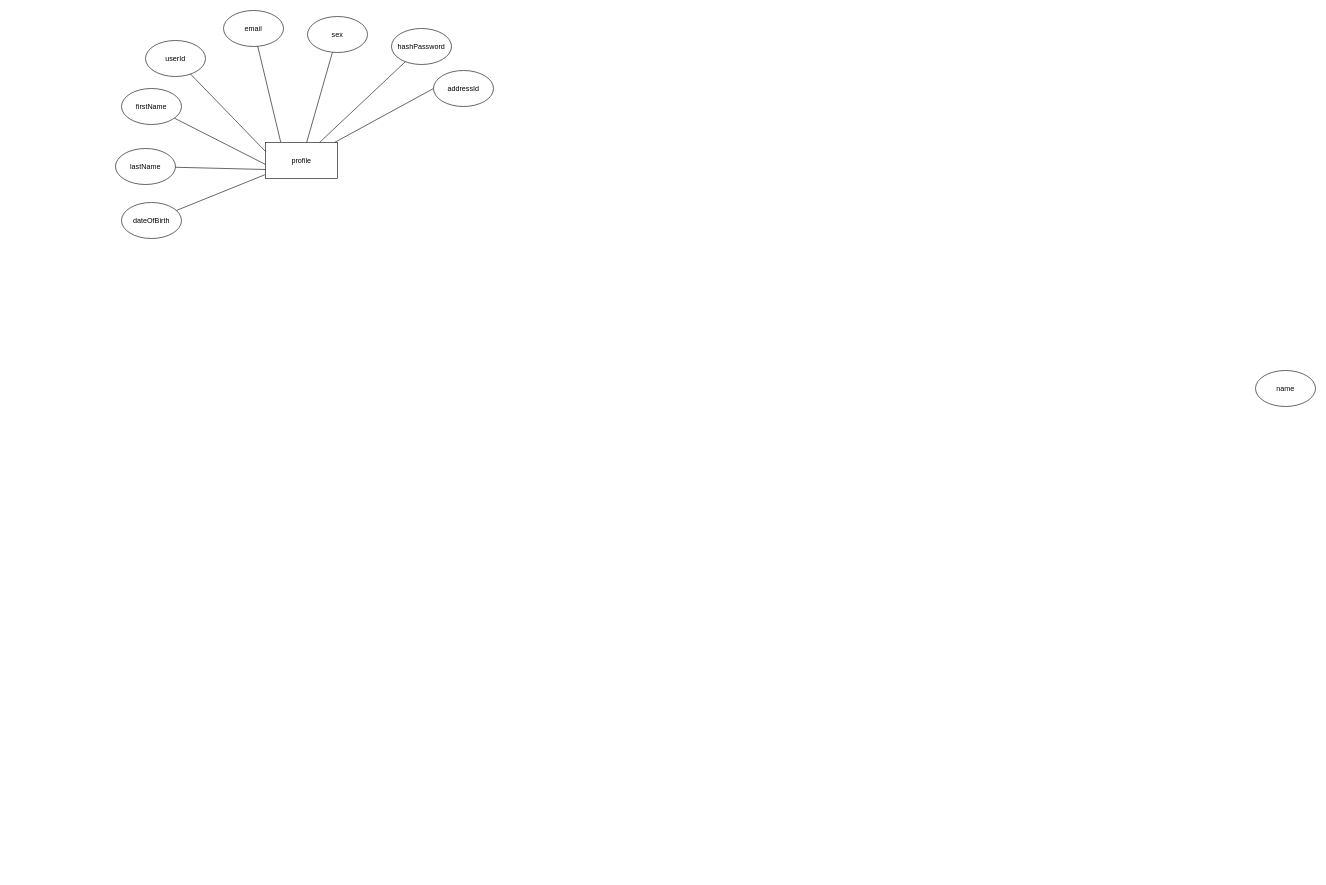
This is documentation/Entity relation diagrams and relation model/drawio files/socialnet_er_profile_comments_version1.drawio from Josip1234/Social-net, a draw.io file, before an edit. Source tidied: cells renumbered, new cells numbered last; positions are measured from the earlier drawing's top-left corner, leaving out a move shared by most shapes. Both pictures are drawn from the tidied source at 60%, with x=0, y=0 at pixel (115, 10).
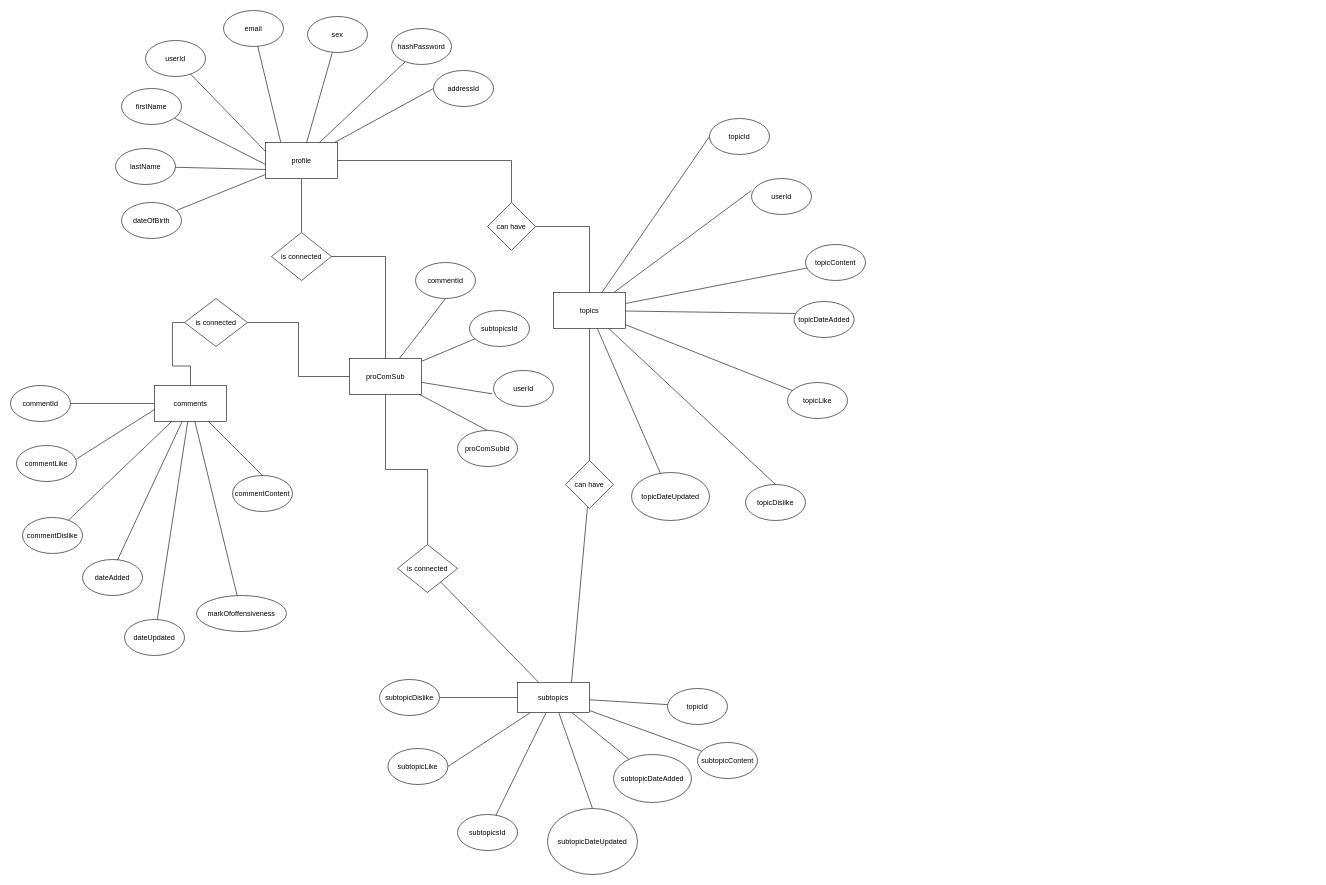
The same diagram, later.

Commit message (it also covers changes not shown here):
Updated diagram verison1, changed attribute to fit table names, added new diagram for profile commments

The change refers to these unchanged cells:
```xml
<mxCell id="4" value="profile" style="rounded=0;whiteSpace=wrap;html=1;" parent="1" vertex="1">
  <mxGeometry x="250" y="220" width="120" height="60" as="geometry" />
</mxCell>
```

What changed in the source:
```diff
@@
+    <mxCell id="20" style="edgeStyle=orthogonalEdgeStyle;rounded=0;jettySize=auto;html=1;entryX=0.5;entryY=0;entryDx=0;entryDy=0;endArrow=none;endFill=0;" parent="1" edge="1" source="4" target="37">
+      <mxGeometry relative="1" as="geometry" />
+    </mxCell>
+    <mxCell id="21" style="rounded=0;jettySize=auto;html=1;entryX=0.5;entryY=0;entryDx=0;entryDy=0;endArrow=none;endFill=0;" parent="1" edge="1" source="4" target="84">
+      <mxGeometry relative="1" as="geometry" />
+    </mxCell>
@@
-    <mxCell id="19" value="name" style="ellipse;whiteSpace=wrap;html=1;" parent="1" vertex="1">
-      <mxGeometry x="1900" y="600" width="100" height="60" as="geometry" />
-    </mxCell>
+    <mxCell id="22" style="rounded=0;jettySize=auto;html=1;entryX=1;entryY=0.5;entryDx=0;entryDy=0;endArrow=none;endFill=0;" parent="1" edge="1" source="29" target="30">
+      <mxGeometry relative="1" as="geometry" />
+    </mxCell>
+    <mxCell id="23" style="rounded=0;jettySize=auto;html=1;entryX=0.996;entryY=0.379;entryDx=0;entryDy=0;endArrow=none;endFill=0;exitX=0.004;exitY=0.664;exitDx=0;exitDy=0;exitPerimeter=0;entryPerimeter=0;" parent="1" edge="1" source="29" target="31">
+      <mxGeometry relative="1" as="geometry" />
+    </mxCell>
+    <mxCell id="24" style="rounded=0;jettySize=auto;html=1;endArrow=none;endFill=0;" parent="1" edge="1" source="29" target="32">
+      <mxGeometry relative="1" as="geometry" />
+    </mxCell>
+    <mxCell id="25" style="rounded=0;jettySize=auto;html=1;endArrow=none;endFill=0;" parent="1" edge="1" source="29" target="34">
+      <mxGeometry relative="1" as="geometry" />
+    </mxCell>
+    <mxCell id="26" style="rounded=0;jettySize=auto;html=1;entryX=0.5;entryY=0;entryDx=0;entryDy=0;endArrow=none;endFill=0;" parent="1" edge="1" source="29" target="54">
+      <mxGeometry relative="1" as="geometry" />
+    </mxCell>
+    <mxCell id="27" style="rounded=0;jettySize=auto;html=1;endArrow=none;endFill=0;" parent="1" edge="1" source="29" target="55">
+      <mxGeometry relative="1" as="geometry" />
+    </mxCell>
+    <mxCell id="28" style="rounded=0;jettySize=auto;html=1;entryX=0;entryY=0.5;entryDx=0;entryDy=0;edgeStyle=orthogonalEdgeStyle;endArrow=none;endFill=0;" parent="1" edge="1" source="29" target="86">
+      <mxGeometry relative="1" as="geometry" />
+    </mxCell>
+    <mxCell id="29" value="comments" style="rounded=0;whiteSpace=wrap;html=1;" parent="1" vertex="1">
+      <mxGeometry x="65" y="625" width="120" height="60" as="geometry" />
+    </mxCell>
+    <mxCell id="30" value="commentId" style="ellipse;whiteSpace=wrap;html=1;" parent="1" vertex="1">
+      <mxGeometry x="-175" y="625" width="100" height="60" as="geometry" />
+    </mxCell>
+    <mxCell id="31" value="commentLike" style="ellipse;whiteSpace=wrap;html=1;" parent="1" vertex="1">
+      <mxGeometry x="-165" y="725" width="100" height="60" as="geometry" />
+    </mxCell>
+    <mxCell id="32" value="commentDislike" style="ellipse;whiteSpace=wrap;html=1;" parent="1" vertex="1">
+      <mxGeometry x="-155" y="845" width="100" height="60" as="geometry" />
+    </mxCell>
+    <mxCell id="33" value="dateAdded" style="ellipse;whiteSpace=wrap;html=1;" parent="1" vertex="1">
+      <mxGeometry x="-55" y="915" width="100" height="60" as="geometry" />
+    </mxCell>
+    <mxCell id="34" value="dateUpdated" style="ellipse;whiteSpace=wrap;html=1;" parent="1" vertex="1">
+      <mxGeometry x="15" y="1015" width="100" height="60" as="geometry" />
+    </mxCell>
+    <mxCell id="35" style="rounded=0;jettySize=auto;html=1;entryX=0.581;entryY=0.021;entryDx=0;entryDy=0;entryPerimeter=0;endArrow=none;endFill=0;" parent="1" edge="1" source="29" target="33">
+      <mxGeometry relative="1" as="geometry" />
+    </mxCell>
+    <mxCell id="36" style="edgeStyle=orthogonalEdgeStyle;rounded=0;jettySize=auto;html=1;entryX=0.5;entryY=0;entryDx=0;entryDy=0;endArrow=none;endFill=0;" parent="1" edge="1" source="37" target="45">
+      <mxGeometry relative="1" as="geometry" />
+    </mxCell>
+    <mxCell id="37" value="can have" style="rhombus;whiteSpace=wrap;html=1;" parent="1" vertex="1">
+      <mxGeometry x="620" y="320" width="80" height="80" as="geometry" />
+    </mxCell>
+    <mxCell id="38" style="rounded=0;jettySize=auto;html=1;entryX=0;entryY=0.333;entryDx=0;entryDy=0;endArrow=none;endFill=0;entryPerimeter=0;" parent="1" edge="1" source="45" target="46">
+      <mxGeometry relative="1" as="geometry" />
+    </mxCell>
+    <mxCell id="39" style="rounded=0;jettySize=auto;html=1;entryX=0;entryY=0.5;entryDx=0;entryDy=0;endArrow=none;endFill=0;" parent="1" edge="1" source="45" target="47">
+      <mxGeometry relative="1" as="geometry" />
+    </mxCell>
+    <mxCell id="40" style="rounded=0;jettySize=auto;html=1;endArrow=none;endFill=0;" parent="1" edge="1" source="45" target="48">
+      <mxGeometry relative="1" as="geometry" />
+    </mxCell>
+    <mxCell id="41" style="rounded=0;jettySize=auto;html=1;endArrow=none;endFill=0;" parent="1" edge="1" source="45" target="50">
+      <mxGeometry relative="1" as="geometry" />
+    </mxCell>
+    <mxCell id="42" style="rounded=0;jettySize=auto;html=1;endArrow=none;endFill=0;" parent="1" edge="1" source="45" target="52">
+      <mxGeometry relative="1" as="geometry" />
+    </mxCell>
+    <mxCell id="43" style="rounded=0;jettySize=auto;html=1;entryX=0.5;entryY=0;entryDx=0;entryDy=0;endArrow=none;endFill=0;" parent="1" edge="1" source="45" target="53">
+      <mxGeometry relative="1" as="geometry" />
+    </mxCell>
+    <mxCell id="44" style="rounded=0;jettySize=auto;html=1;entryX=0.5;entryY=0;entryDx=0;entryDy=0;endArrow=none;endFill=0;" parent="1" edge="1" source="45" target="57">
+      <mxGeometry relative="1" as="geometry" />
+    </mxCell>
+    <mxCell id="45" value="topics" style="rounded=0;whiteSpace=wrap;html=1;" parent="1" vertex="1">
+      <mxGeometry x="730" y="470" width="120" height="60" as="geometry" />
+    </mxCell>
+    <mxCell id="46" value="userId" style="ellipse;whiteSpace=wrap;html=1;" parent="1" vertex="1">
+      <mxGeometry x="1060" y="280" width="100" height="60" as="geometry" />
+    </mxCell>
+    <mxCell id="47" value="topicId" style="ellipse;whiteSpace=wrap;html=1;" parent="1" vertex="1">
+      <mxGeometry x="990" y="180" width="100" height="60" as="geometry" />
+    </mxCell>
+    <mxCell id="48" value="topicContent" style="ellipse;whiteSpace=wrap;html=1;" parent="1" vertex="1">
+      <mxGeometry x="1150" y="390" width="100" height="60" as="geometry" />
+    </mxCell>
+    <mxCell id="49" value="topicDateAdded" style="ellipse;whiteSpace=wrap;html=1;" parent="1" vertex="1">
+      <mxGeometry x="1131" y="485" width="100" height="60" as="geometry" />
+    </mxCell>
+    <mxCell id="50" value="topicDateUpdated" style="ellipse;whiteSpace=wrap;html=1;" parent="1" vertex="1">
+      <mxGeometry x="860" y="770" width="130" height="80" as="geometry" />
+    </mxCell>
+    <mxCell id="51" style="rounded=0;jettySize=auto;html=1;entryX=0.02;entryY=0.333;entryDx=0;entryDy=0;entryPerimeter=0;endArrow=none;endFill=0;" parent="1" edge="1" source="45" target="49">
+      <mxGeometry relative="1" as="geometry" />
+    </mxCell>
+    <mxCell id="52" value="topicLike" style="ellipse;whiteSpace=wrap;html=1;" parent="1" vertex="1">
+      <mxGeometry x="1120" y="620" width="100" height="60" as="geometry" />
+    </mxCell>
+    <mxCell id="53" value="topicDislike" style="ellipse;whiteSpace=wrap;html=1;" parent="1" vertex="1">
+      <mxGeometry x="1050" y="790" width="100" height="60" as="geometry" />
+    </mxCell>
+    <mxCell id="54" value="commentContent" style="ellipse;whiteSpace=wrap;html=1;" parent="1" vertex="1">
+      <mxGeometry x="195" y="775" width="100" height="60" as="geometry" />
+    </mxCell>
+    <mxCell id="55" value="markOfoffensiveness" style="ellipse;whiteSpace=wrap;html=1;" parent="1" vertex="1">
+      <mxGeometry x="135" y="975" width="150" height="60" as="geometry" />
+    </mxCell>
+    <mxCell id="56" style="rounded=0;jettySize=auto;html=1;entryX=0.75;entryY=0;entryDx=0;entryDy=0;endArrow=none;endFill=0;" parent="1" edge="1" source="57" target="66">
+      <mxGeometry relative="1" as="geometry" />
+    </mxCell>
+    <mxCell id="57" value="can have" style="rhombus;whiteSpace=wrap;html=1;" parent="1" vertex="1">
+      <mxGeometry x="750" y="750" width="80" height="80" as="geometry" />
+    </mxCell>
+    <mxCell id="58" style="rounded=0;jettySize=auto;html=1;endArrow=none;endFill=0;" parent="1" edge="1" source="66" target="67">
+      <mxGeometry relative="1" as="geometry" />
+    </mxCell>
+    <mxCell id="59" style="rounded=0;jettySize=auto;html=1;endArrow=none;endFill=0;" parent="1" edge="1" source="66" target="68">
+      <mxGeometry relative="1" as="geometry" />
+    </mxCell>
+    <mxCell id="60" style="rounded=0;jettySize=auto;html=1;entryX=0.5;entryY=0;entryDx=0;entryDy=0;endArrow=none;endFill=0;" parent="1" edge="1" source="66" target="69">
+      <mxGeometry relative="1" as="geometry" />
+    </mxCell>
+    <mxCell id="61" style="rounded=0;jettySize=auto;html=1;endArrow=none;endFill=0;" parent="1" edge="1" source="66" target="70">
+      <mxGeometry relative="1" as="geometry" />
+    </mxCell>
+    <mxCell id="62" style="rounded=0;jettySize=auto;html=1;endArrow=none;endFill=0;" parent="1" edge="1" source="66" target="71">
+      <mxGeometry relative="1" as="geometry" />
+    </mxCell>
+    <mxCell id="63" style="rounded=0;jettySize=auto;html=1;endArrow=none;endFill=0;" parent="1" edge="1" source="66" target="73">
+      <mxGeometry relative="1" as="geometry" />
+    </mxCell>
+    <mxCell id="64" style="rounded=0;jettySize=auto;html=1;entryX=1;entryY=0.5;entryDx=0;entryDy=0;endArrow=none;endFill=0;" parent="1" edge="1" source="66" target="72">
+      <mxGeometry relative="1" as="geometry" />
+    </mxCell>
+    <mxCell id="65" style="rounded=0;jettySize=auto;html=1;endArrow=none;endFill=0;" parent="1" edge="1" source="66" target="88">
+      <mxGeometry relative="1" as="geometry" />
+    </mxCell>
+    <mxCell id="66" value="subtopics" style="rounded=0;whiteSpace=wrap;html=1;" parent="1" vertex="1">
+      <mxGeometry x="670" y="1120" width="120" height="50" as="geometry" />
+    </mxCell>
+    <mxCell id="67" value="topicId" style="ellipse;whiteSpace=wrap;html=1;" parent="1" vertex="1">
+      <mxGeometry x="920" y="1130" width="100" height="60" as="geometry" />
+    </mxCell>
+    <mxCell id="68" value="subtopicDateAdded" style="ellipse;whiteSpace=wrap;html=1;" parent="1" vertex="1">
+      <mxGeometry x="830" y="1240" width="130" height="80" as="geometry" />
+    </mxCell>
+    <mxCell id="69" value="subtopicDateUpdated" style="ellipse;whiteSpace=wrap;html=1;" parent="1" vertex="1">
+      <mxGeometry x="720" y="1330" width="150" height="110" as="geometry" />
+    </mxCell>
+    <mxCell id="70" value="subtopicsId" style="ellipse;whiteSpace=wrap;html=1;" parent="1" vertex="1">
+      <mxGeometry x="570" y="1340" width="100" height="60" as="geometry" />
+    </mxCell>
+    <mxCell id="71" value="subtopicContent" style="ellipse;whiteSpace=wrap;html=1;" parent="1" vertex="1">
+      <mxGeometry x="970" y="1220" width="100" height="60" as="geometry" />
+    </mxCell>
+    <mxCell id="72" value="subtopicLike" style="ellipse;whiteSpace=wrap;html=1;" parent="1" vertex="1">
+      <mxGeometry x="454" y="1230" width="100" height="60" as="geometry" />
+    </mxCell>
+    <mxCell id="73" value="subtopicDislike" style="ellipse;whiteSpace=wrap;html=1;" parent="1" vertex="1">
+      <mxGeometry x="440" y="1115" width="100" height="60" as="geometry" />
+    </mxCell>
+    <mxCell id="74" style="rounded=0;jettySize=auto;html=1;entryX=-0.02;entryY=0.65;entryDx=0;entryDy=0;endArrow=none;endFill=0;entryPerimeter=0;" parent="1" edge="1" source="78" target="79">
+      <mxGeometry relative="1" as="geometry" />
+    </mxCell>
+    <mxCell id="75" style="rounded=0;jettySize=auto;html=1;entryX=0.5;entryY=1;entryDx=0;entryDy=0;endArrow=none;endFill=0;" parent="1" edge="1" source="78" target="80">
+      <mxGeometry relative="1" as="geometry" />
+    </mxCell>
+    <mxCell id="76" style="rounded=0;jettySize=auto;html=1;endArrow=none;endFill=0;" parent="1" edge="1" source="78" target="81">
+      <mxGeometry relative="1" as="geometry" />
+    </mxCell>
+    <mxCell id="77" style="rounded=0;jettySize=auto;html=1;entryX=0.5;entryY=0;entryDx=0;entryDy=0;endArrow=none;endFill=0;" parent="1" edge="1" source="78" target="82">
+      <mxGeometry relative="1" as="geometry" />
+    </mxCell>
+    <mxCell id="78" value="proComSub" style="rounded=0;whiteSpace=wrap;html=1;" parent="1" vertex="1">
+      <mxGeometry x="390" y="580" width="120" height="60" as="geometry" />
+    </mxCell>
+    <mxCell id="79" value="userId" style="ellipse;whiteSpace=wrap;html=1;" parent="1" vertex="1">
+      <mxGeometry x="630" y="600" width="100" height="60" as="geometry" />
+    </mxCell>
+    <mxCell id="80" value="commentId" style="ellipse;whiteSpace=wrap;html=1;" parent="1" vertex="1">
+      <mxGeometry x="500" y="420" width="100" height="60" as="geometry" />
+    </mxCell>
+    <mxCell id="81" value="subtopicsId" style="ellipse;whiteSpace=wrap;html=1;" parent="1" vertex="1">
+      <mxGeometry x="590" y="500" width="100" height="60" as="geometry" />
+    </mxCell>
+    <mxCell id="82" value="proComSubId" style="ellipse;whiteSpace=wrap;html=1;" parent="1" vertex="1">
+      <mxGeometry x="570" y="700" width="100" height="60" as="geometry" />
+    </mxCell>
+    <mxCell id="83" style="edgeStyle=orthogonalEdgeStyle;rounded=0;jettySize=auto;html=1;endArrow=none;endFill=0;" parent="1" edge="1" source="84" target="78">
+      <mxGeometry relative="1" as="geometry" />
+    </mxCell>
+    <mxCell id="84" value="is connected" style="rhombus;whiteSpace=wrap;html=1;" parent="1" vertex="1">
+      <mxGeometry x="260" y="370" width="100" height="80" as="geometry" />
+    </mxCell>
+    <mxCell id="85" style="edgeStyle=orthogonalEdgeStyle;rounded=0;jettySize=auto;html=1;entryX=0;entryY=0.5;entryDx=0;entryDy=0;endArrow=none;endFill=0;" parent="1" edge="1" source="86" target="78">
+      <mxGeometry relative="1" as="geometry" />
+    </mxCell>
+    <mxCell id="86" value="is connected" style="rhombus;whiteSpace=wrap;html=1;" parent="1" vertex="1">
+      <mxGeometry x="115" y="480" width="105" height="80" as="geometry" />
+    </mxCell>
+    <mxCell id="87" style="rounded=0;jettySize=auto;html=1;entryX=0.5;entryY=1;entryDx=0;entryDy=0;edgeStyle=orthogonalEdgeStyle;endArrow=none;endFill=0;" parent="1" edge="1" source="88" target="78">
+      <mxGeometry relative="1" as="geometry" />
+    </mxCell>
+    <mxCell id="88" value="is connected" style="rhombus;whiteSpace=wrap;html=1;" parent="1" vertex="1">
+      <mxGeometry x="470" y="890" width="100" height="80" as="geometry" />
+    </mxCell>
```
